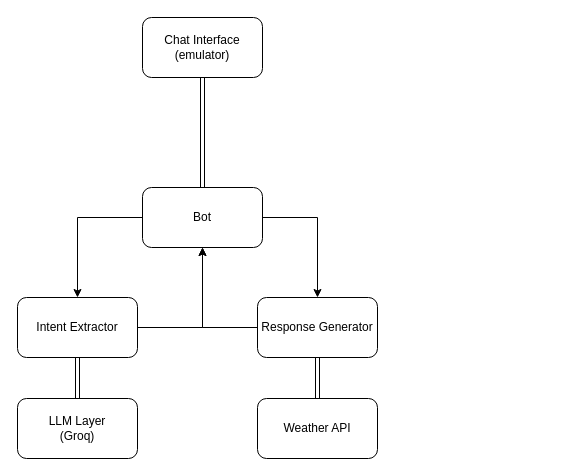
Before: IntelliB.drawio in Ahmed-moh-Afifi/IntelliB, a draw.io diagram. Source tidied: cells renumbered, new cells numbered last; positions are measured from the earlier drawing's top-left corner, leaving out a move shared by most shapes. Both pictures are drawn from the tidied source at 100%, with x=0, y=0 at pixel (17, 17).
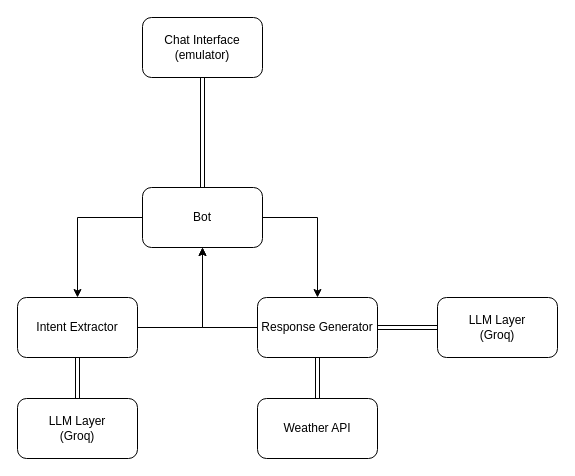
The same diagram, later.

The edit, as a diff of the source:
```diff
@@
 <mxGraphModel>
   <root>
     <mxCell id="0" />
     <mxCell id="1" parent="0" />
     <mxCell id="2" style="edgeStyle=orthogonalEdgeStyle;rounded=0;jettySize=auto;html=1;entryX=0.5;entryY=0;entryDx=0;entryDy=0;shape=link;" parent="1" edge="1" source="4" target="12">
       <mxGeometry relative="1" as="geometry" />
     </mxCell>
     <mxCell id="3" style="edgeStyle=orthogonalEdgeStyle;rounded=0;jettySize=auto;html=1;entryX=0.5;entryY=1;entryDx=0;entryDy=0;" parent="1" edge="1" source="4" target="11">
       <mxGeometry relative="1" as="geometry" />
     </mxCell>
     <mxCell id="4" value="Intent Extractor" style="rounded=1;whiteSpace=wrap;html=1;" parent="1" vertex="1">
       <mxGeometry y="280" width="120" height="60" as="geometry" />
     </mxCell>
     <mxCell id="5" style="edgeStyle=orthogonalEdgeStyle;rounded=0;jettySize=auto;html=1;entryX=0.5;entryY=1;entryDx=0;entryDy=0;" parent="1" edge="1" source="7" target="11">
       <mxGeometry relative="1" as="geometry">
         <Array as="points">
           <mxPoint x="185" y="310" />
         </Array>
       </mxGeometry>
     </mxCell>
     <mxCell id="6" style="edgeStyle=none;html=1;shape=link;" parent="1" edge="1" source="7" target="14">
       <mxGeometry relative="1" as="geometry" />
     </mxCell>
+    <mxCell id="15" style="edgeStyle=none;html=1;exitX=1;exitY=0.5;exitDx=0;exitDy=0;shape=link;" parent="1" edge="1" source="7" target="16">
+      <mxGeometry relative="1" as="geometry" />
+    </mxCell>
     <mxCell id="7" value="Response Generator" style="rounded=1;whiteSpace=wrap;html=1;" parent="1" vertex="1">
       <mxGeometry x="240" y="280" width="120" height="60" as="geometry" />
     </mxCell>
     <mxCell id="8" style="edgeStyle=orthogonalEdgeStyle;rounded=0;jettySize=auto;html=1;entryX=0.5;entryY=0;entryDx=0;entryDy=0;" parent="1" edge="1" source="11" target="4">
       <mxGeometry relative="1" as="geometry" />
     </mxCell>
     <mxCell id="9" style="edgeStyle=orthogonalEdgeStyle;rounded=0;jettySize=auto;html=1;entryX=0.5;entryY=0;entryDx=0;entryDy=0;" parent="1" edge="1" source="11" target="7">
       <mxGeometry relative="1" as="geometry">
         <Array as="points">
           <mxPoint x="300" y="200" />
         </Array>
       </mxGeometry>
     </mxCell>
     <mxCell id="10" style="edgeStyle=orthogonalEdgeStyle;rounded=0;jettySize=auto;html=1;entryX=0.5;entryY=1;entryDx=0;entryDy=0;shape=link;" parent="1" edge="1" source="11" target="13">
       <mxGeometry relative="1" as="geometry" />
     </mxCell>
     <mxCell id="11" value="Bot" style="rounded=1;whiteSpace=wrap;html=1;" parent="1" vertex="1">
       <mxGeometry x="125" y="170" width="120" height="60" as="geometry" />
     </mxCell>
     <mxCell id="12" value="LLM Layer&lt;div&gt;(Groq)&lt;/div&gt;" style="rounded=1;whiteSpace=wrap;html=1;" parent="1" vertex="1">
       <mxGeometry y="381" width="120" height="60" as="geometry" />
     </mxCell>
     <mxCell id="13" value="Chat Interface&lt;div&gt;(emulator)&lt;/div&gt;" style="rounded=1;whiteSpace=wrap;html=1;" parent="1" vertex="1">
       <mxGeometry x="125" width="120" height="60" as="geometry" />
     </mxCell>
     <mxCell id="14" value="Weather API" style="rounded=1;whiteSpace=wrap;html=1;" parent="1" vertex="1">
       <mxGeometry x="240" y="381" width="120" height="60" as="geometry" />
     </mxCell>
+    <mxCell id="16" value="LLM Layer&lt;div&gt;(Groq)&lt;/div&gt;" style="rounded=1;whiteSpace=wrap;html=1;" parent="1" vertex="1">
+      <mxGeometry x="420" y="280" width="120" height="60" as="geometry" />
+    </mxCell>
   </root>
 </mxGraphModel>
```
